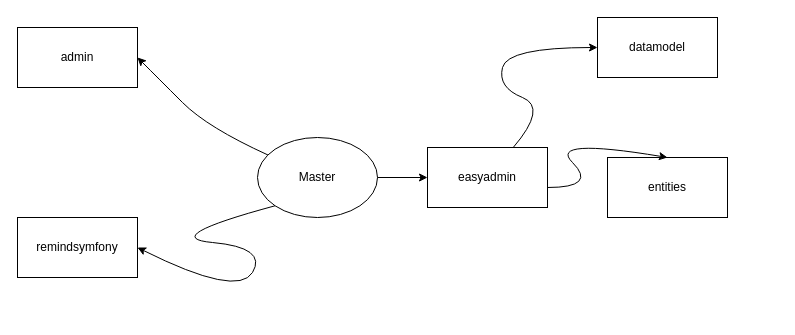
This is .docs/branches/branches.drawio from BigBen131283/portfolio, a draw.io file, before an edit. Source tidied: cells renumbered, new cells numbered last; positions are measured from the earlier drawing's top-left corner, leaving out a move shared by most shapes. Both pictures are drawn from the tidied source at 100%, with x=0, y=0 at pixel (17, 17).
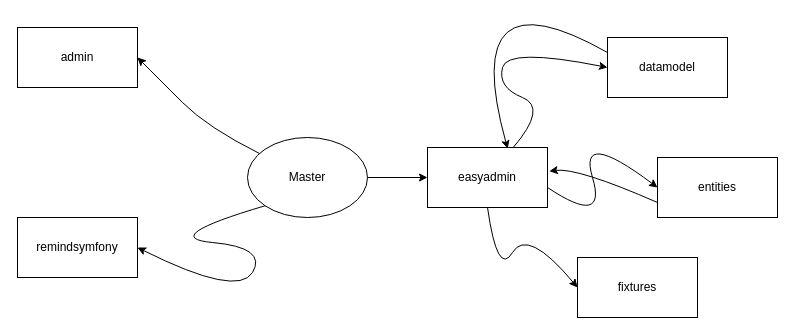
The same page after the edit.

Unchanged cells that the change refers to:
```xml
<mxCell id="7" value="easyadmin" style="rounded=0;whiteSpace=wrap;html=1;" parent="1" vertex="1">
  <mxGeometry x="410" y="130" width="120" height="60" as="geometry" />
</mxCell>
```

What changed in the source:
```diff
@@
     <mxCell id="2" value="Master" style="ellipse;whiteSpace=wrap;html=1;" parent="1" vertex="1">
-      <mxGeometry x="240" y="120" width="120" height="80" as="geometry" />
+      <mxGeometry x="230" y="120" width="120" height="80" as="geometry" />
     </mxCell>
@@
     <mxCell id="8" value="datamodel" style="rounded=0;whiteSpace=wrap;html=1;" parent="1" vertex="1">
-      <mxGeometry x="580" width="120" height="60" as="geometry" />
+      <mxGeometry x="590" y="20" width="120" height="60" as="geometry" />
     </mxCell>
@@
     <mxCell id="11" value="entities" style="rounded=0;whiteSpace=wrap;html=1;" parent="1" vertex="1">
-      <mxGeometry x="590" y="140" width="120" height="60" as="geometry" />
+      <mxGeometry x="640" y="140" width="120" height="60" as="geometry" />
     </mxCell>
-    <mxCell id="12" style="curved=1;endArrow=classic;html=1;entryX=0.5;entryY=0;entryDx=0;entryDy=0;" parent="1" edge="1" target="11">
+    <mxCell id="12" style="curved=1;endArrow=classic;html=1;entryX=0;entryY=0.5;entryDx=0;entryDy=0;" parent="1" edge="1" target="11">
       <mxGeometry relative="1" as="geometry">
         <mxPoint x="530" y="170" as="sourcePoint" />
         <Array as="points">
-          <mxPoint x="580" y="170" />
-          <mxPoint x="530" y="120" />
+          <mxPoint x="590" y="210" />
+          <mxPoint x="560" y="110" />
         </Array>
       </mxGeometry>
     </mxCell>
+    <mxCell id="13" value="fixtures" style="whiteSpace=wrap;html=1;rounded=0;" parent="1" vertex="1">
+      <mxGeometry x="560" y="240" width="120" height="60" as="geometry" />
+    </mxCell>
+    <mxCell id="14" style="curved=1;endArrow=classic;html=1;entryX=0;entryY=0.5;entryDx=0;entryDy=0;exitX=0.5;exitY=1;exitDx=0;exitDy=0;" parent="1" edge="1" source="7" target="13">
+      <mxGeometry relative="1" as="geometry">
+        <Array as="points">
+          <mxPoint x="480" y="260" />
+          <mxPoint x="510" y="210" />
+        </Array>
+      </mxGeometry>
+    </mxCell>
+    <mxCell id="15" style="curved=1;endArrow=classic;html=1;exitX=0;exitY=0.75;exitDx=0;exitDy=0;entryX=1.015;entryY=0.395;entryDx=0;entryDy=0;entryPerimeter=0;" parent="1" edge="1" source="11" target="7">
+      <mxGeometry relative="1" as="geometry">
+        <Array as="points">
+          <mxPoint x="560" y="150" />
+        </Array>
+      </mxGeometry>
+    </mxCell>
+    <mxCell id="16" style="curved=1;endArrow=classic;html=1;exitX=0;exitY=0.75;exitDx=0;exitDy=0;entryX=0.668;entryY=0.02;entryDx=0;entryDy=0;entryPerimeter=0;" parent="1" edge="1" target="7">
+      <mxGeometry relative="1" as="geometry">
+        <mxPoint x="590" y="35" as="sourcePoint" />
+        <Array as="points">
+          <mxPoint x="440" y="-50" />
+        </Array>
+      </mxGeometry>
+    </mxCell>
```
